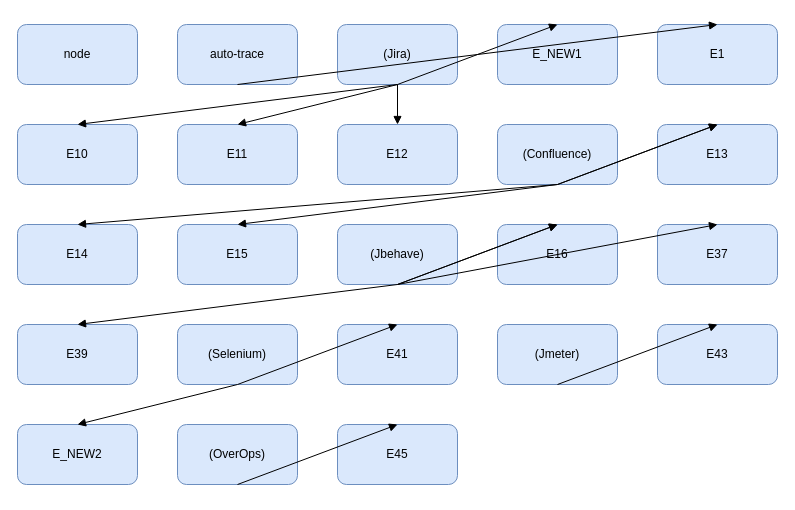
This is TO-BE/draw.io/process.drawio from shuvodeep123/advanced-QODE, a draw.io file, before an edit. Source tidied: cells renumbered, new cells numbered last; positions are measured from the earlier drawing's top-left corner, leaving out a move shared by most shapes. Both pictures are drawn from the tidied source at 100%, with x=0, y=0 at pixel (17, 24).
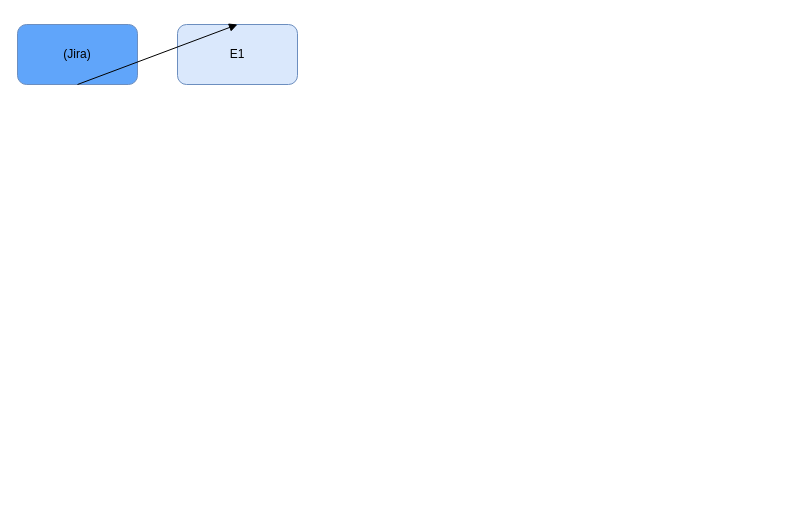
The same diagram, later.

Change to the diagram source:
```diff
@@
-    <mxCell id="2" value="node" style="rounded=1;whiteSpace=wrap;html=1;fillColor=#dae8fc;strokeColor=#6c8ebf;" parent="1" vertex="1">
+    <mxCell id="2" value="(Jira)" style="rounded=1;whiteSpace=wrap;html=1;fillColor=#dae8fc;strokeColor=#6c8ebf;fillColor=#60a5fa;" parent="1" vertex="1">
       <mxGeometry width="120" height="60" as="geometry" />
     </mxCell>
-    <mxCell id="3" value="auto‑trace" style="rounded=1;whiteSpace=wrap;html=1;fillColor=#dae8fc;strokeColor=#6c8ebf;" parent="1" vertex="1">
+    <mxCell id="3" value="E1" style="rounded=1;whiteSpace=wrap;html=1;fillColor=#dae8fc;strokeColor=#6c8ebf;" parent="1" vertex="1">
       <mxGeometry x="160" width="120" height="60" as="geometry" />
     </mxCell>
-    <mxCell id="4" value="(Jira)" style="rounded=1;whiteSpace=wrap;html=1;fillColor=#dae8fc;strokeColor=#6c8ebf;" parent="1" vertex="1">
-      <mxGeometry x="320" width="120" height="60" as="geometry" />
+    <mxCell id="4" style="rounded=0;jettySize=auto;exitX=0.5;exitY=1;entryX=0.5;entryY=0;endArrow=block;endFill=1;" parent="1" edge="1" source="2" target="3">
+      <mxGeometry relative="1" as="geometry" />
     </mxCell>
-    <mxCell id="5" value="E_NEW1" style="rounded=1;whiteSpace=wrap;html=1;fillColor=#dae8fc;strokeColor=#6c8ebf;" parent="1" vertex="1">
-      <mxGeometry x="480" width="120" height="60" as="geometry" />
-    </mxCell>
-    <mxCell id="6" value="E1" style="rounded=1;whiteSpace=wrap;html=1;fillColor=#dae8fc;strokeColor=#6c8ebf;" parent="1" vertex="1">
-      <mxGeometry x="640" width="120" height="60" as="geometry" />
-    </mxCell>
-    <mxCell id="7" value="E10" style="rounded=1;whiteSpace=wrap;html=1;fillColor=#dae8fc;strokeColor=#6c8ebf;" parent="1" vertex="1">
-      <mxGeometry y="100" width="120" height="60" as="geometry" />
-    </mxCell>
-    <mxCell id="8" value="E11" style="rounded=1;whiteSpace=wrap;html=1;fillColor=#dae8fc;strokeColor=#6c8ebf;" parent="1" vertex="1">
-      <mxGeometry x="160" y="100" width="120" height="60" as="geometry" />
-    </mxCell>
-    <mxCell id="9" value="E12" style="rounded=1;whiteSpace=wrap;html=1;fillColor=#dae8fc;strokeColor=#6c8ebf;" parent="1" vertex="1">
-      <mxGeometry x="320" y="100" width="120" height="60" as="geometry" />
-    </mxCell>
-    <mxCell id="10" value="(Confluence)" style="rounded=1;whiteSpace=wrap;html=1;fillColor=#dae8fc;strokeColor=#6c8ebf;" parent="1" vertex="1">
-      <mxGeometry x="480" y="100" width="120" height="60" as="geometry" />
-    </mxCell>
-    <mxCell id="11" value="E13" style="rounded=1;whiteSpace=wrap;html=1;fillColor=#dae8fc;strokeColor=#6c8ebf;" parent="1" vertex="1">
-      <mxGeometry x="640" y="100" width="120" height="60" as="geometry" />
-    </mxCell>
-    <mxCell id="12" value="E14" style="rounded=1;whiteSpace=wrap;html=1;fillColor=#dae8fc;strokeColor=#6c8ebf;" parent="1" vertex="1">
-      <mxGeometry y="200" width="120" height="60" as="geometry" />
-    </mxCell>
-    <mxCell id="13" value="E15" style="rounded=1;whiteSpace=wrap;html=1;fillColor=#dae8fc;strokeColor=#6c8ebf;" parent="1" vertex="1">
-      <mxGeometry x="160" y="200" width="120" height="60" as="geometry" />
-    </mxCell>
-    <mxCell id="14" value="(Jbehave)" style="rounded=1;whiteSpace=wrap;html=1;fillColor=#dae8fc;strokeColor=#6c8ebf;" parent="1" vertex="1">
-      <mxGeometry x="320" y="200" width="120" height="60" as="geometry" />
-    </mxCell>
-    <mxCell id="15" value="E16" style="rounded=1;whiteSpace=wrap;html=1;fillColor=#dae8fc;strokeColor=#6c8ebf;" parent="1" vertex="1">
-      <mxGeometry x="480" y="200" width="120" height="60" as="geometry" />
-    </mxCell>
-    <mxCell id="16" value="E37" style="rounded=1;whiteSpace=wrap;html=1;fillColor=#dae8fc;strokeColor=#6c8ebf;" parent="1" vertex="1">
-      <mxGeometry x="640" y="200" width="120" height="60" as="geometry" />
-    </mxCell>
-    <mxCell id="17" value="E39" style="rounded=1;whiteSpace=wrap;html=1;fillColor=#dae8fc;strokeColor=#6c8ebf;" parent="1" vertex="1">
-      <mxGeometry y="300" width="120" height="60" as="geometry" />
-    </mxCell>
-    <mxCell id="18" value="(Selenium)" style="rounded=1;whiteSpace=wrap;html=1;fillColor=#dae8fc;strokeColor=#6c8ebf;" parent="1" vertex="1">
-      <mxGeometry x="160" y="300" width="120" height="60" as="geometry" />
-    </mxCell>
-    <mxCell id="19" value="E41" style="rounded=1;whiteSpace=wrap;html=1;fillColor=#dae8fc;strokeColor=#6c8ebf;" parent="1" vertex="1">
-      <mxGeometry x="320" y="300" width="120" height="60" as="geometry" />
-    </mxCell>
-    <mxCell id="20" value="(Jmeter)" style="rounded=1;whiteSpace=wrap;html=1;fillColor=#dae8fc;strokeColor=#6c8ebf;" parent="1" vertex="1">
-      <mxGeometry x="480" y="300" width="120" height="60" as="geometry" />
-    </mxCell>
-    <mxCell id="21" value="E43" style="rounded=1;whiteSpace=wrap;html=1;fillColor=#dae8fc;strokeColor=#6c8ebf;" parent="1" vertex="1">
-      <mxGeometry x="640" y="300" width="120" height="60" as="geometry" />
-    </mxCell>
-    <mxCell id="22" value="E_NEW2" style="rounded=1;whiteSpace=wrap;html=1;fillColor=#dae8fc;strokeColor=#6c8ebf;" parent="1" vertex="1">
-      <mxGeometry y="400" width="120" height="60" as="geometry" />
-    </mxCell>
-    <mxCell id="23" value="(OverOps)" style="rounded=1;whiteSpace=wrap;html=1;fillColor=#dae8fc;strokeColor=#6c8ebf;" parent="1" vertex="1">
-      <mxGeometry x="160" y="400" width="120" height="60" as="geometry" />
-    </mxCell>
-    <mxCell id="24" value="E45" style="rounded=1;whiteSpace=wrap;html=1;fillColor=#dae8fc;strokeColor=#6c8ebf;" parent="1" vertex="1">
-      <mxGeometry x="320" y="400" width="120" height="60" as="geometry" />
-    </mxCell>
-    <mxCell id="25" style="rounded=0;jettySize=auto;exitX=0.5;exitY=1;entryX=0.5;entryY=0;endArrow=block;endFill=1;" parent="1" edge="1" source="4" target="5">
-      <mxGeometry relative="1" as="geometry" />
-    </mxCell>
-    <mxCell id="26" style="rounded=0;jettySize=auto;exitX=0.5;exitY=1;entryX=0.5;entryY=0;endArrow=block;endFill=1;" parent="1" edge="1" source="3" target="6">
-      <mxGeometry relative="1" as="geometry" />
-    </mxCell>
-    <mxCell id="27" style="rounded=0;jettySize=auto;exitX=0.5;exitY=1;entryX=0.5;entryY=0;endArrow=block;endFill=1;" parent="1" edge="1" source="4" target="7">
-      <mxGeometry relative="1" as="geometry" />
-    </mxCell>
-    <mxCell id="28" style="rounded=0;jettySize=auto;exitX=0.5;exitY=1;entryX=0.5;entryY=0;endArrow=block;endFill=1;" parent="1" edge="1" source="4" target="8">
-      <mxGeometry relative="1" as="geometry" />
-    </mxCell>
-    <mxCell id="29" style="rounded=0;jettySize=auto;exitX=0.5;exitY=1;entryX=0.5;entryY=0;endArrow=block;endFill=1;" parent="1" edge="1" source="4" target="9">
-      <mxGeometry relative="1" as="geometry" />
-    </mxCell>
-    <mxCell id="30" style="rounded=0;jettySize=auto;exitX=0.5;exitY=1;entryX=0.5;entryY=0;endArrow=block;endFill=1;" parent="1" edge="1" source="10" target="11">
-      <mxGeometry relative="1" as="geometry" />
-    </mxCell>
-    <mxCell id="31" style="rounded=0;jettySize=auto;exitX=0.5;exitY=1;entryX=0.5;entryY=0;endArrow=block;endFill=1;" parent="1" edge="1" source="10" target="11">
-      <mxGeometry relative="1" as="geometry" />
-    </mxCell>
-    <mxCell id="32" style="rounded=0;jettySize=auto;exitX=0.5;exitY=1;entryX=0.5;entryY=0;endArrow=block;endFill=1;" parent="1" edge="1" source="10" target="12">
-      <mxGeometry relative="1" as="geometry" />
-    </mxCell>
-    <mxCell id="33" style="rounded=0;jettySize=auto;exitX=0.5;exitY=1;entryX=0.5;entryY=0;endArrow=block;endFill=1;" parent="1" edge="1" source="10" target="13">
-      <mxGeometry relative="1" as="geometry" />
-    </mxCell>
-    <mxCell id="34" style="rounded=0;jettySize=auto;exitX=0.5;exitY=1;entryX=0.5;entryY=0;endArrow=block;endFill=1;" parent="1" edge="1" source="14" target="15">
-      <mxGeometry relative="1" as="geometry" />
-    </mxCell>
-    <mxCell id="35" style="rounded=0;jettySize=auto;exitX=0.5;exitY=1;entryX=0.5;entryY=0;endArrow=block;endFill=1;" parent="1" edge="1" source="14" target="15">
-      <mxGeometry relative="1" as="geometry" />
-    </mxCell>
-    <mxCell id="36" style="rounded=0;jettySize=auto;exitX=0.5;exitY=1;entryX=0.5;entryY=0;endArrow=block;endFill=1;" parent="1" edge="1" source="14" target="16">
-      <mxGeometry relative="1" as="geometry" />
-    </mxCell>
-    <mxCell id="37" style="rounded=0;jettySize=auto;exitX=0.5;exitY=1;entryX=0.5;entryY=0;endArrow=block;endFill=1;" parent="1" edge="1" source="14" target="17">
-      <mxGeometry relative="1" as="geometry" />
-    </mxCell>
-    <mxCell id="38" style="rounded=0;jettySize=auto;exitX=0.5;exitY=1;entryX=0.5;entryY=0;endArrow=block;endFill=1;" parent="1" edge="1" source="18" target="19">
-      <mxGeometry relative="1" as="geometry" />
-    </mxCell>
-    <mxCell id="39" style="rounded=0;jettySize=auto;exitX=0.5;exitY=1;entryX=0.5;entryY=0;endArrow=block;endFill=1;" parent="1" edge="1" source="20" target="21">
-      <mxGeometry relative="1" as="geometry" />
-    </mxCell>
-    <mxCell id="40" style="rounded=0;jettySize=auto;exitX=0.5;exitY=1;entryX=0.5;entryY=0;endArrow=block;endFill=1;" parent="1" edge="1" source="18" target="22">
-      <mxGeometry relative="1" as="geometry" />
-    </mxCell>
-    <mxCell id="41" style="rounded=0;jettySize=auto;exitX=0.5;exitY=1;entryX=0.5;entryY=0;endArrow=block;endFill=1;" parent="1" edge="1" source="23" target="24">
-      <mxGeometry relative="1" as="geometry" />
-    </mxCell>
```
